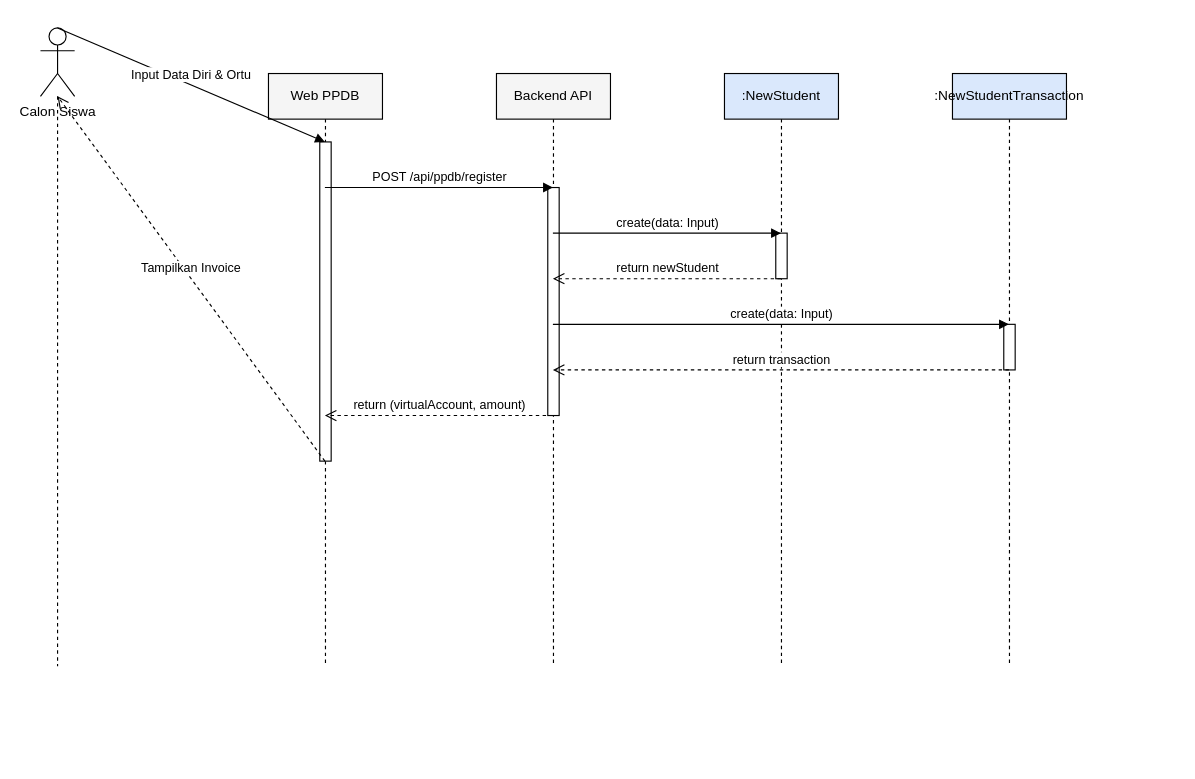
The draw.io diagram docs/sequence_ppdb_registration.drawio in muhammaddzaki123/adminkassmpit, before the edit. Source tidied: cells renumbered, new cells numbered last; positions are measured from the earlier drawing's top-left corner, leaving out a move shared by most shapes. Both pictures are drawn from the tidied source at 114%, with x=0, y=0 at pixel (40, 27).
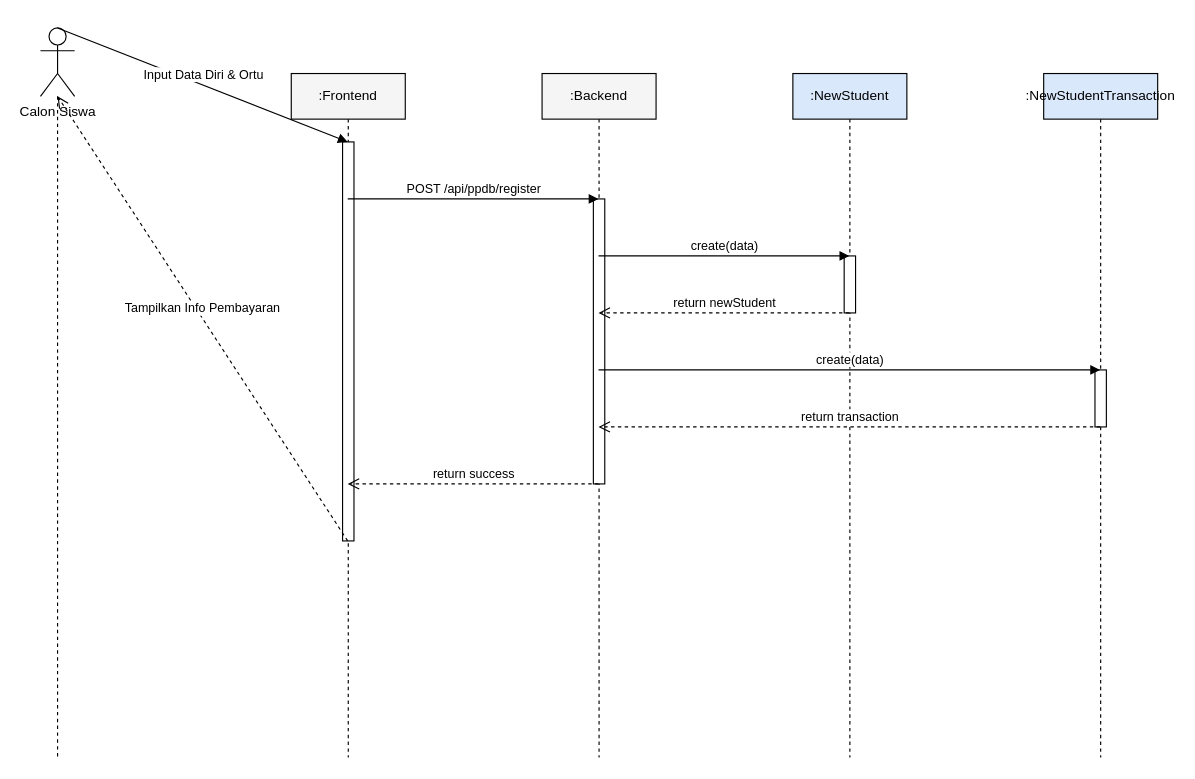
The same diagram, later.

Unchanged cells that the change refers to:
```xml
<mxCell id="2" value="Calon Siswa" style="shape=umlActor;verticalLabelPosition=bottom;verticalAlign=top;html=1;outlineConnect=0;" parent="1" vertex="1">
  <mxGeometry width="30" height="60" as="geometry" />
</mxCell>
```

Change to the diagram source:
```diff
@@
     <mxCell id="3" style="endArrow=none;dashed=1;html=1;" parent="1" edge="1" source="2">
       <mxGeometry relative="1" as="geometry">
-        <mxPoint x="15" y="560" as="targetPoint" />
+        <mxPoint x="15" y="640" as="targetPoint" />
       </mxGeometry>
     </mxCell>
-    <mxCell id="4" value="Web PPDB" style="shape=umlLifeline;perimeter=lifelinePerimeter;whiteSpace=wrap;html=1;outlineConnect=0;fillColor=#f5f5f5;" parent="1" vertex="1">
-      <mxGeometry x="200" y="40" width="100" height="520" as="geometry" />
+    <mxCell id="4" value=":Frontend" style="shape=umlLifeline;perimeter=lifelinePerimeter;whiteSpace=wrap;html=1;outlineConnect=0;fillColor=#f5f5f5;" parent="1" vertex="1">
+      <mxGeometry x="220" y="40" width="100" height="600" as="geometry" />
     </mxCell>
-    <mxCell id="5" value="Backend API" style="shape=umlLifeline;perimeter=lifelinePerimeter;whiteSpace=wrap;html=1;outlineConnect=0;fillColor=#f5f5f5;" parent="1" vertex="1">
-      <mxGeometry x="400" y="40" width="100" height="520" as="geometry" />
+    <mxCell id="5" value=":Backend" style="shape=umlLifeline;perimeter=lifelinePerimeter;whiteSpace=wrap;html=1;outlineConnect=0;fillColor=#f5f5f5;" parent="1" vertex="1">
+      <mxGeometry x="440" y="40" width="100" height="600" as="geometry" />
     </mxCell>
     <mxCell id="6" value=":NewStudent" style="shape=umlLifeline;perimeter=lifelinePerimeter;whiteSpace=wrap;html=1;outlineConnect=0;fillColor=#dae8fc;" parent="1" vertex="1">
-      <mxGeometry x="600" y="40" width="100" height="520" as="geometry" />
+      <mxGeometry x="660" y="40" width="100" height="600" as="geometry" />
     </mxCell>
     <mxCell id="7" value=":NewStudentTransaction" style="shape=umlLifeline;perimeter=lifelinePerimeter;whiteSpace=wrap;html=1;outlineConnect=0;fillColor=#dae8fc;" parent="1" vertex="1">
-      <mxGeometry x="800" y="40" width="100" height="520" as="geometry" />
+      <mxGeometry x="880" y="40" width="100" height="600" as="geometry" />
     </mxCell>
     <mxCell id="8" style="html=1;perimeter=orthogonalPerimeter;fillColor=#FFFFFF;strokeColor=#000000;" parent="1" vertex="1">
-      <mxGeometry x="645" y="180" width="10" height="40" as="geometry" />
+      <mxGeometry x="705" y="200" width="10" height="50" as="geometry" />
     </mxCell>
     <mxCell id="9" style="html=1;perimeter=orthogonalPerimeter;fillColor=#FFFFFF;strokeColor=#000000;" parent="1" vertex="1">
-      <mxGeometry x="845" y="260" width="10" height="40" as="geometry" />
+      <mxGeometry x="925" y="300" width="10" height="50" as="geometry" />
     </mxCell>
     <mxCell id="10" style="html=1;perimeter=orthogonalPerimeter;fillColor=#FFFFFF;strokeColor=#000000;" parent="1" vertex="1">
-      <mxGeometry x="445" y="140" width="10" height="200" as="geometry" />
+      <mxGeometry x="485" y="150" width="10" height="250" as="geometry" />
     </mxCell>
     <mxCell id="11" style="html=1;perimeter=orthogonalPerimeter;fillColor=#FFFFFF;strokeColor=#000000;" parent="1" vertex="1">
-      <mxGeometry x="245" y="100" width="10" height="280" as="geometry" />
+      <mxGeometry x="265" y="100" width="10" height="350" as="geometry" />
     </mxCell>
-    <mxCell id="12" value="Input Data Diri &amp; Ortu" style="html=1;verticalAlign=bottom;endArrow=block;rounded=0;entryX=0.5;entryY=0.11538461538461539;exitX=0.5;exitY=0.11538461538461539;" parent="1" edge="1" source="2" target="4">
+    <mxCell id="12" value="Input Data Diri &amp; Ortu" style="html=1;verticalAlign=bottom;endArrow=block;rounded=0;entryX=0.5;entryY=0.1;exitX=0.5;exitY=0.1;" parent="1" edge="1" source="2" target="4">
       <mxGeometry relative="1" as="geometry" />
     </mxCell>
-    <mxCell id="13" value="POST /api/ppdb/register" style="html=1;verticalAlign=bottom;endArrow=block;rounded=0;entryX=0.5;entryY=0.19230769230769232;exitX=0.5;exitY=0.19230769230769232;" parent="1" edge="1" source="4" target="5">
+    <mxCell id="13" value="POST /api/ppdb/register" style="html=1;verticalAlign=bottom;endArrow=block;rounded=0;entryX=0.5;entryY=0.18333333333333332;exitX=0.5;exitY=0.18333333333333332;" parent="1" edge="1" source="4" target="5">
       <mxGeometry relative="1" as="geometry" />
     </mxCell>
-    <mxCell id="14" value="create(data: Input)" style="html=1;verticalAlign=bottom;endArrow=block;rounded=0;entryX=0.5;entryY=0.2692307692307692;exitX=0.5;exitY=0.2692307692307692;" parent="1" edge="1" source="5" target="6">
+    <mxCell id="14" value="create(data)" style="html=1;verticalAlign=bottom;endArrow=block;rounded=0;entryX=0.5;entryY=0.26666666666666666;exitX=0.5;exitY=0.26666666666666666;" parent="1" edge="1" source="5" target="6">
       <mxGeometry relative="1" as="geometry" />
     </mxCell>
-    <mxCell id="15" value="return newStudent" style="html=1;verticalAlign=bottom;endArrow=open;dashed=1;endSize=8;rounded=0;entryX=0.5;entryY=0.34615384615384615;exitX=0.5;exitY=0.34615384615384615;" parent="1" edge="1" source="6" target="5">
+    <mxCell id="15" value="return newStudent" style="html=1;verticalAlign=bottom;endArrow=open;dashed=1;endSize=8;rounded=0;entryX=0.5;entryY=0.35;exitX=0.5;exitY=0.35;" parent="1" edge="1" source="6" target="5">
       <mxGeometry relative="1" as="geometry" />
     </mxCell>
-    <mxCell id="16" value="create(data: Input)" style="html=1;verticalAlign=bottom;endArrow=block;rounded=0;entryX=0.5;entryY=0.4230769230769231;exitX=0.5;exitY=0.4230769230769231;" parent="1" edge="1" source="5" target="7">
+    <mxCell id="16" value="create(data)" style="html=1;verticalAlign=bottom;endArrow=block;rounded=0;entryX=0.5;entryY=0.43333333333333335;exitX=0.5;exitY=0.43333333333333335;" parent="1" edge="1" source="5" target="7">
       <mxGeometry relative="1" as="geometry" />
     </mxCell>
-    <mxCell id="17" value="return transaction" style="html=1;verticalAlign=bottom;endArrow=open;dashed=1;endSize=8;rounded=0;entryX=0.5;entryY=0.5;exitX=0.5;exitY=0.5;" parent="1" edge="1" source="7" target="5">
+    <mxCell id="17" value="return transaction" style="html=1;verticalAlign=bottom;endArrow=open;dashed=1;endSize=8;rounded=0;entryX=0.5;entryY=0.5166666666666667;exitX=0.5;exitY=0.5166666666666667;" parent="1" edge="1" source="7" target="5">
       <mxGeometry relative="1" as="geometry" />
     </mxCell>
-    <mxCell id="18" value="return (virtualAccount, amount)" style="html=1;verticalAlign=bottom;endArrow=open;dashed=1;endSize=8;rounded=0;entryX=0.5;entryY=0.5769230769230769;exitX=0.5;exitY=0.5769230769230769;" parent="1" edge="1" source="5" target="4">
+    <mxCell id="18" value="return success" style="html=1;verticalAlign=bottom;endArrow=open;dashed=1;endSize=8;rounded=0;entryX=0.5;entryY=0.6;exitX=0.5;exitY=0.6;" parent="1" edge="1" source="5" target="4">
       <mxGeometry relative="1" as="geometry" />
     </mxCell>
-    <mxCell id="19" value="Tampilkan Invoice" style="html=1;verticalAlign=bottom;endArrow=open;dashed=1;endSize=8;rounded=0;entryX=0.5;entryY=0.6538461538461539;exitX=0.5;exitY=0.6538461538461539;" parent="1" edge="1" source="4" target="2">
+    <mxCell id="19" value="Tampilkan Info Pembayaran" style="html=1;verticalAlign=bottom;endArrow=open;dashed=1;endSize=8;rounded=0;entryX=0.5;entryY=0.6833333333333333;exitX=0.5;exitY=0.6833333333333333;" parent="1" edge="1" source="4" target="2">
       <mxGeometry relative="1" as="geometry" />
     </mxCell>
```
